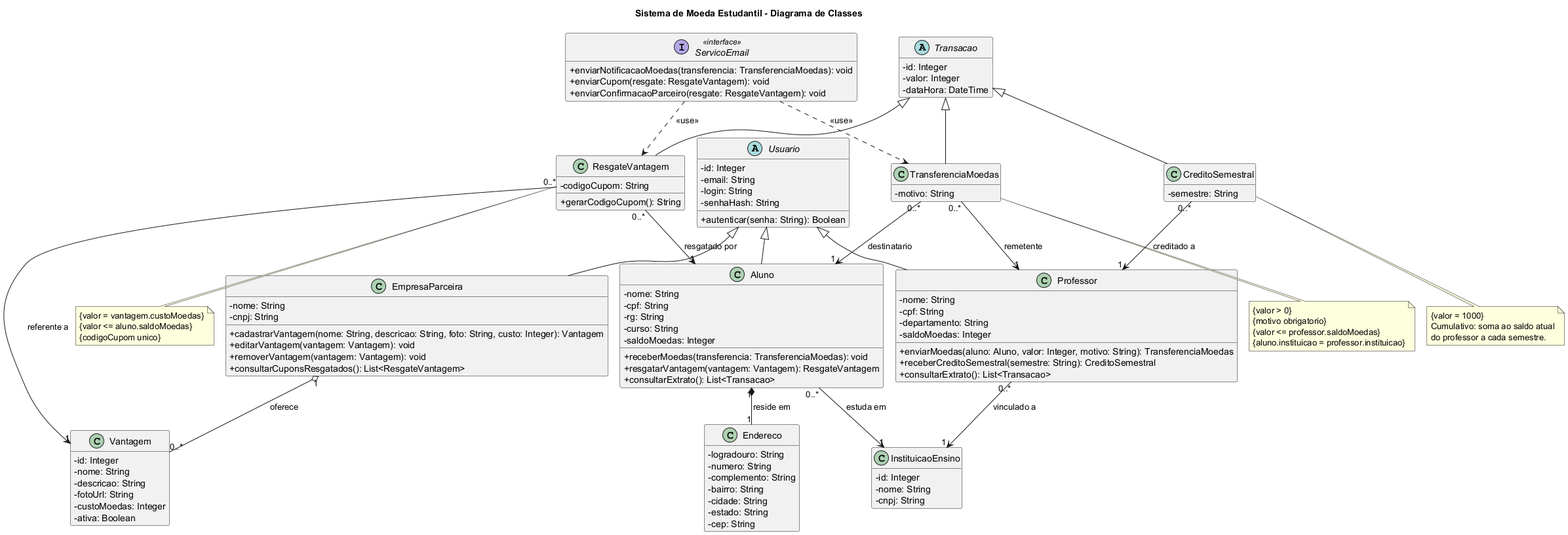
The PlantUML diagram docs/diagramas/classes/diagrama-de-classes.png in natadias/moeda-estudantil, before a commit.
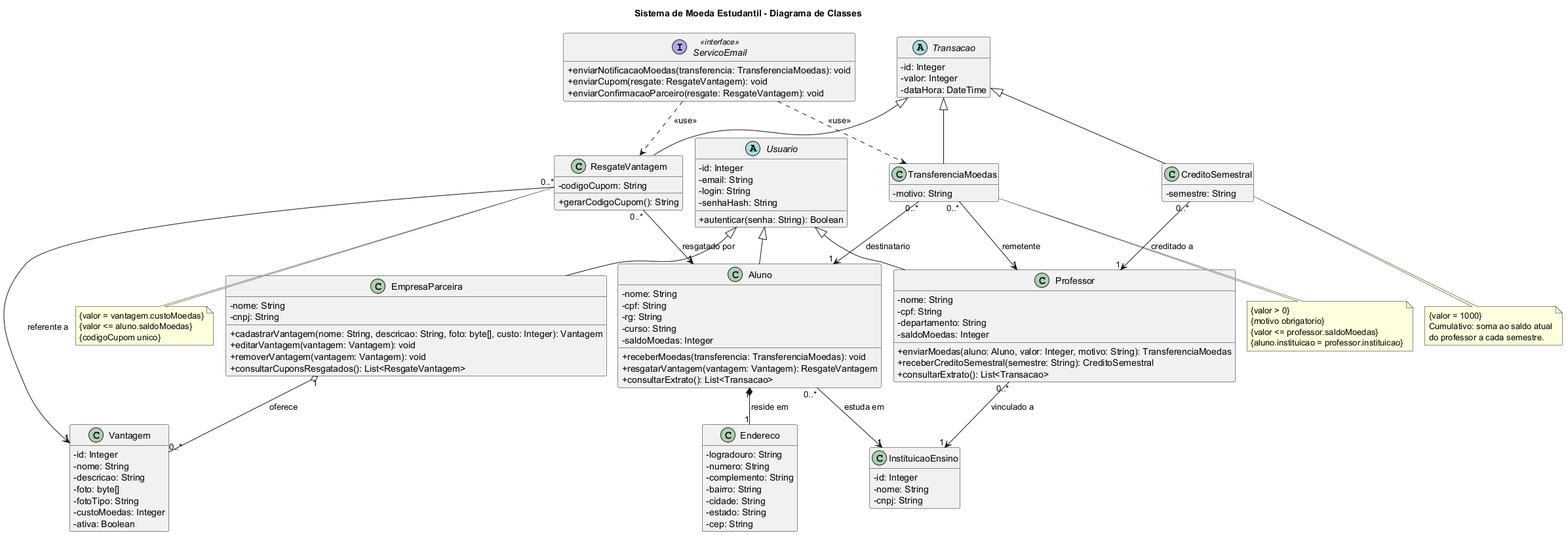
After the change.

Change to the diagram source:
```diff
@@ -37,7 +37,7 @@
 class EmpresaParceira {
   - nome: String
   - cnpj: String
-  + cadastrarVantagem(nome: String, descricao: String, foto: String, custo: Integer): Vantagem
+  + cadastrarVantagem(nome: String, descricao: String, foto: byte[], custo: Integer): Vantagem
   + editarVantagem(vantagem: Vantagem): void
   + removerVantagem(vantagem: Vantagem): void
   + consultarCuponsResgatados(): List<ResgateVantagem>
@@ -63,7 +63,8 @@
   - id: Integer
   - nome: String
   - descricao: String
-  - fotoUrl: String
+  - foto: byte[]
+  - fotoTipo: String
   - custoMoedas: Integer
   - ativa: Boolean
 }
```
